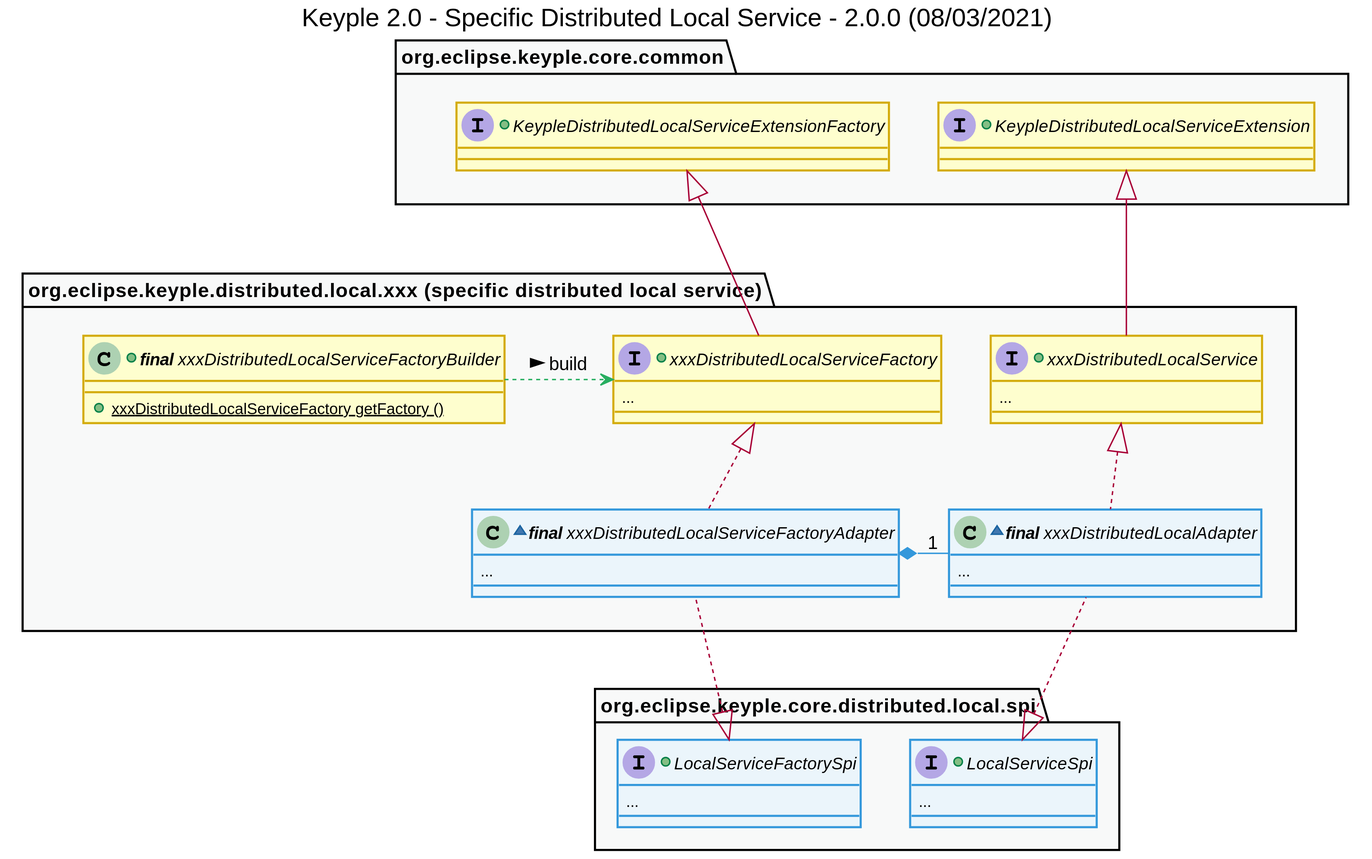
This is uml/class/developer-guides/keyple_2_0_class_specific_distributed_local_service.svg from calypsonet/keyple_2_0, a PlantUML export, as it was before one commit.
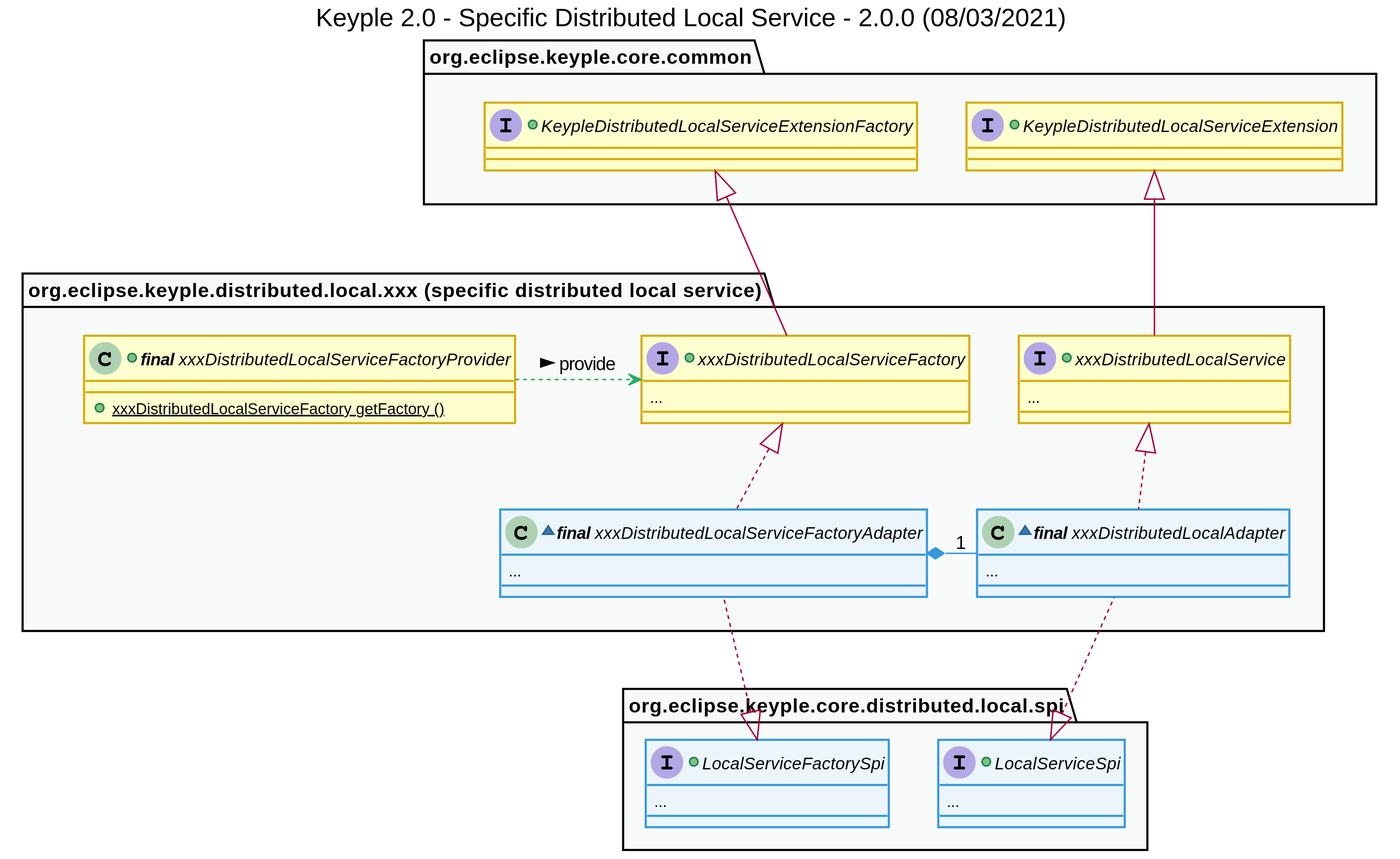
After the commit.

Commit message:
revise service adapters

Diff of the diagram source:
```diff
@@ -54,7 +54,7 @@
 }
 
 package "org.eclipse.keyple.distributed.local.xxx (specific distributed local service)" as specificDistributedLocalApi {
-    +class "**final** xxxDistributedLocalServiceFactoryBuilder" as xxxDistributedLocalServiceFactoryBuilder {
+    +class "**final** xxxDistributedLocalServiceFactoryProvider" as xxxDistributedLocalServiceFactoryProvider {
         +{static} xxxDistributedLocalServiceFactory getFactory ()
     }
     +interface xxxDistributedLocalServiceFactory extends KeypleDistributedLocalServiceExtensionFactory {
@@ -72,7 +72,7 @@
 }
 
 
-xxxDistributedLocalServiceFactoryBuilder .right.> xxxDistributedLocalServiceFactory #C_USE : build >
+xxxDistributedLocalServiceFactoryProvider .right.> xxxDistributedLocalServiceFactory #C_USE : provide >
 xxxDistributedLocalServiceFactoryAdapter *- "1" xxxDistributedLocalAdapter #C_LINK
 
 
```
